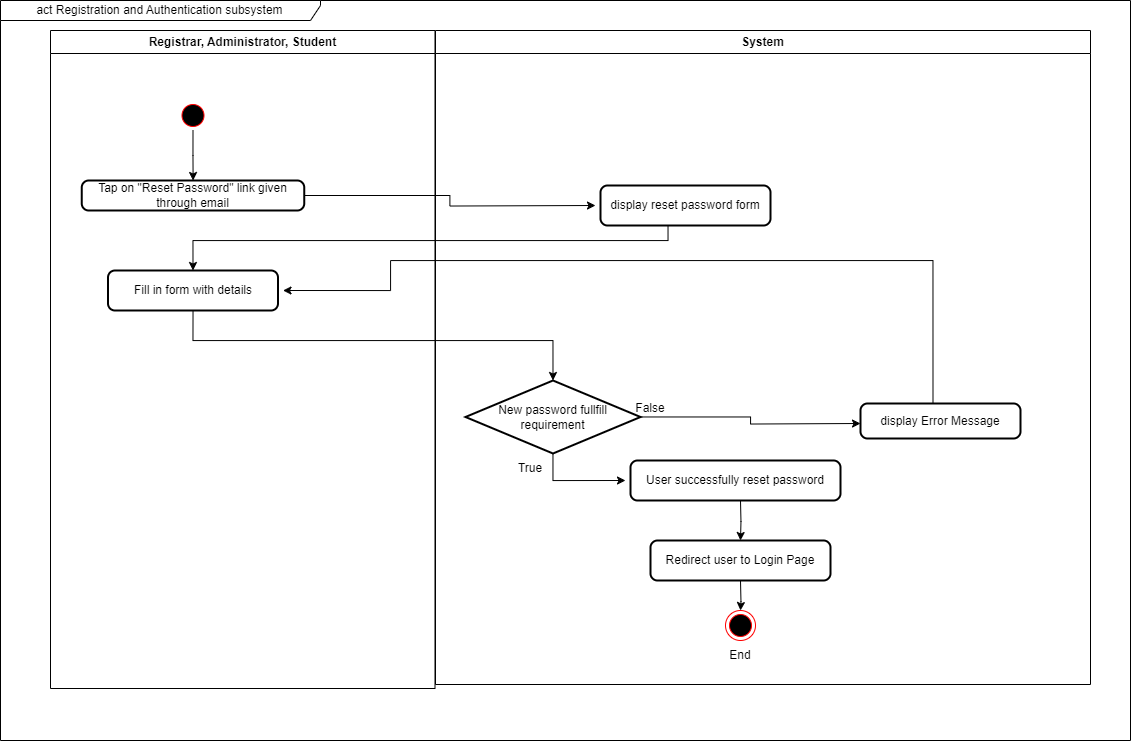
The draw.io diagram project/drawio/Alpha/ActivityDiagramFileComplaint.drawio.png in drshahizan/software-engineering, before a commit. Source tidied: cells renumbered, new cells last; positions are measured from the earlier drawing's top-left corner, leaving out a move shared by most shapes.
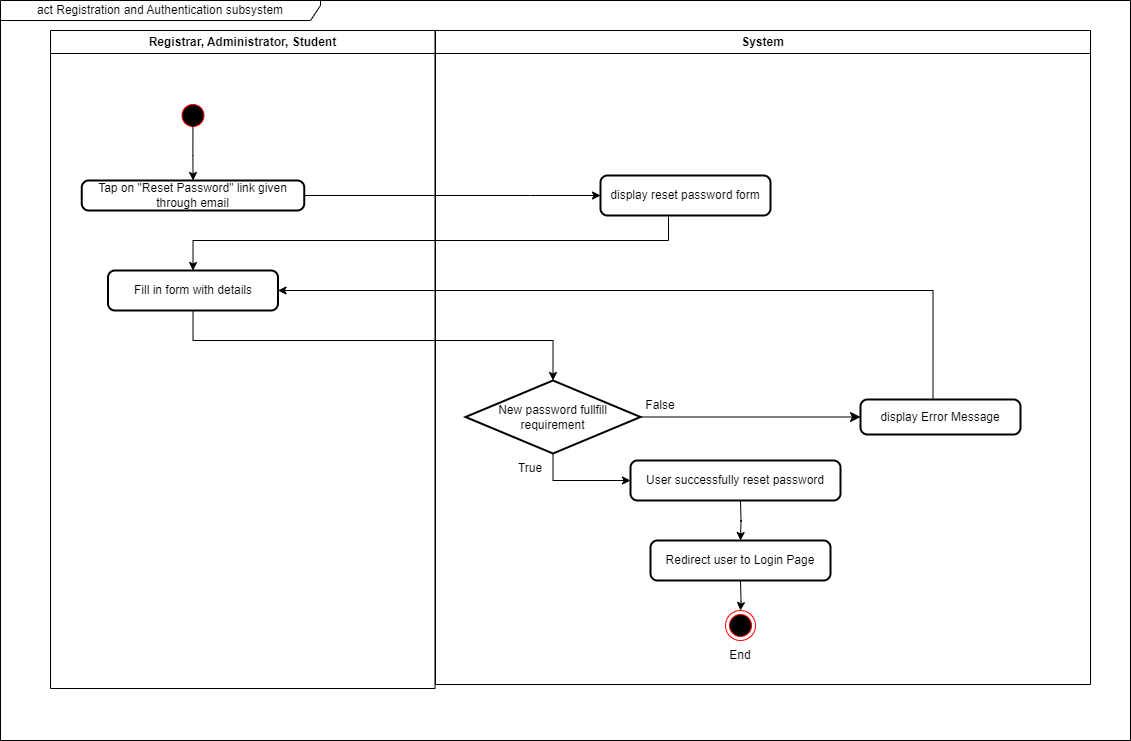
After the change.

Diff of the diagram source:
```diff
@@ -23,19 +23,6 @@
     <mxCell id="6" style="ellipse;shape=endState;fillColor=#000000;strokeColor=#ff0000;" parent="5" vertex="1">
       <mxGeometry x="290" y="580" width="30" height="30" as="geometry" />
     </mxCell>
-    <mxCell id="7" style="edgeStyle=orthogonalEdgeStyle;rounded=0;jettySize=auto;html=1;" parent="5" edge="1" source="9">
-      <mxGeometry relative="1" as="geometry">
-        <mxPoint x="425" y="393" as="targetPoint" />
-      </mxGeometry>
-    </mxCell>
-    <mxCell id="8" style="edgeStyle=orthogonalEdgeStyle;rounded=0;jettySize=auto;html=1;entryX=0;entryY=0.5;entryDx=0;entryDy=0;" parent="5" edge="1" source="9">
-      <mxGeometry relative="1" as="geometry">
-        <mxPoint x="190" y="450" as="targetPoint" />
-        <Array as="points">
-          <mxPoint x="117" y="450" />
-        </Array>
-      </mxGeometry>
-    </mxCell>
     <mxCell id="9" value="New password fullfill requirement" style="strokeWidth=2;html=1;shape=mxgraph.flowchart.decision;whiteSpace=wrap;" parent="5" vertex="1">
       <mxGeometry x="30" y="350" width="175" height="73" as="geometry" />
     </mxCell>
@@ -49,7 +36,7 @@
       <mxGeometry x="65" y="423" width="60" height="30" as="geometry" />
     </mxCell>
     <mxCell id="12" value="False" style="text;html=1;strokeColor=none;fillColor=none;align=center;verticalAlign=middle;whiteSpace=wrap;rounded=0;" parent="5" vertex="1">
-      <mxGeometry x="185" y="363" width="60" height="30" as="geometry" />
+      <mxGeometry x="195" y="360" width="60" height="30" as="geometry" />
     </mxCell>
     <mxCell id="13" style="edgeStyle=orthogonalEdgeStyle;rounded=0;jettySize=auto;html=1;" parent="5" edge="1" target="6">
       <mxGeometry relative="1" as="geometry">
@@ -59,29 +46,29 @@
     <mxCell id="14" value="End" style="text;html=1;strokeColor=none;fillColor=none;align=center;verticalAlign=middle;whiteSpace=wrap;rounded=0;" parent="5" vertex="1">
       <mxGeometry x="275" y="610" width="60" height="30" as="geometry" />
     </mxCell>
-    <mxCell id="15" style="edgeStyle=orthogonalEdgeStyle;rounded=0;orthogonalLoop=1;jettySize=auto;html=1;entryX=0.5;entryY=0;entryDx=0;entryDy=0;" parent="1" edge="1">
+    <mxCell id="15" style="edgeStyle=orthogonalEdgeStyle;rounded=0;jettySize=auto;html=1;entryX=0.5;entryY=0;entryDx=0;entryDy=0;exitX=0.394;exitY=0.994;exitDx=0;exitDy=0;exitPerimeter=0;" parent="1" edge="1" source="22">
       <mxGeometry relative="1" as="geometry">
-        <mxPoint x="667.5" y="220" as="sourcePoint" />
         <mxPoint x="192.5" y="270" as="targetPoint" />
         <Array as="points">
+          <mxPoint x="668" y="215" />
           <mxPoint x="668" y="240" />
           <mxPoint x="193" y="240" />
         </Array>
       </mxGeometry>
     </mxCell>
-    <mxCell id="16" style="edgeStyle=orthogonalEdgeStyle;rounded=0;jettySize=auto;html=1;" parent="1" edge="1" source="19">
+    <mxCell id="16" style="edgeStyle=orthogonalEdgeStyle;rounded=0;jettySize=auto;html=1;entryX=0;entryY=0.5;entryDx=0;entryDy=0;" parent="1" edge="1" source="19" target="22">
       <mxGeometry relative="1" as="geometry">
-        <mxPoint x="595" y="205" as="targetPoint" />
+        <Array as="points">
+          <mxPoint x="530" y="195" />
+          <mxPoint x="530" y="195" />
+        </Array>
       </mxGeometry>
     </mxCell>
-    <mxCell id="17" style="edgeStyle=orthogonalEdgeStyle;rounded=0;orthogonalLoop=1;jettySize=auto;html=1;entryX=1;entryY=0.5;entryDx=0;entryDy=0;" parent="1" edge="1">
+    <mxCell id="17" style="edgeStyle=orthogonalEdgeStyle;rounded=0;jettySize=auto;html=1;entryX=1;entryY=0.5;entryDx=0;entryDy=0;" parent="1" edge="1" target="21">
       <mxGeometry relative="1" as="geometry">
         <mxPoint x="932.5" y="408" as="sourcePoint" />
-        <mxPoint x="282.5" y="290" as="targetPoint" />
         <Array as="points">
-          <mxPoint x="932" y="260" />
-          <mxPoint x="390" y="260" />
-          <mxPoint x="390" y="290" />
+          <mxPoint x="933" y="290" />
         </Array>
       </mxGeometry>
     </mxCell>
@@ -91,17 +78,17 @@
     <mxCell id="19" value="Tap on &quot;Reset Password&quot; link given through email" style="rounded=1;whiteSpace=wrap;html=1;absoluteArcSize=1;arcSize=14;strokeWidth=2;" parent="1" vertex="1">
       <mxGeometry x="81.2" y="180" width="222.5" height="30" as="geometry" />
     </mxCell>
-    <mxCell id="20" style="edgeStyle=orthogonalEdgeStyle;rounded=0;jettySize=auto;html=1;" parent="1" edge="1" source="3" target="19">
+    <mxCell id="20" style="edgeStyle=orthogonalEdgeStyle;rounded=0;jettySize=auto;html=1;exitX=0.498;exitY=0.843;exitDx=0;exitDy=0;exitPerimeter=0;" parent="1" edge="1" source="3" target="19">
       <mxGeometry relative="1" as="geometry" />
     </mxCell>
     <mxCell id="21" value="Fill in form with details" style="rounded=1;whiteSpace=wrap;html=1;absoluteArcSize=1;arcSize=14;strokeWidth=2;" parent="1" vertex="1">
       <mxGeometry x="107.5" y="270" width="170" height="40" as="geometry" />
     </mxCell>
     <mxCell id="22" value="display reset password form" style="rounded=1;whiteSpace=wrap;html=1;absoluteArcSize=1;arcSize=14;strokeWidth=2;" parent="1" vertex="1">
-      <mxGeometry x="600" y="185" width="170" height="40" as="geometry" />
+      <mxGeometry x="600" y="175" width="170" height="40" as="geometry" />
     </mxCell>
     <mxCell id="23" value="display Error Message" style="rounded=1;whiteSpace=wrap;html=1;absoluteArcSize=1;arcSize=14;strokeWidth=2;" parent="1" vertex="1">
-      <mxGeometry x="860" y="403" width="160" height="35" as="geometry" />
+      <mxGeometry x="860" y="399" width="160" height="35" as="geometry" />
     </mxCell>
     <mxCell id="24" value="User successfully reset password" style="rounded=1;whiteSpace=wrap;html=1;absoluteArcSize=1;arcSize=14;strokeWidth=2;" parent="1" vertex="1">
       <mxGeometry x="630" y="460" width="210" height="40" as="geometry" />
@@ -109,5 +96,15 @@
     <mxCell id="25" value="Redirect user to Login Page" style="rounded=1;whiteSpace=wrap;html=1;absoluteArcSize=1;arcSize=14;strokeWidth=2;" parent="1" vertex="1">
       <mxGeometry x="650" y="540" width="180" height="40" as="geometry" />
     </mxCell>
+    <mxCell id="26" style="edgeStyle=none;curved=1;rounded=0;jettySize=auto;html=1;exitX=1;exitY=0.5;exitDx=0;exitDy=0;exitPerimeter=0;entryX=0;entryY=0.5;entryDx=0;entryDy=0;fontSize=12;startSize=8;endSize=8;" parent="1" edge="1" source="9" target="23">
+      <mxGeometry relative="1" as="geometry" />
+    </mxCell>
+    <mxCell id="8" style="edgeStyle=orthogonalEdgeStyle;rounded=0;jettySize=auto;html=1;entryX=0;entryY=0.5;entryDx=0;entryDy=0;" parent="1" edge="1" source="9" target="24">
+      <mxGeometry relative="1" as="geometry">
+        <Array as="points">
+          <mxPoint x="553" y="480" />
+        </Array>
+      </mxGeometry>
+    </mxCell>
   </root>
 </mxGraphModel>
```
